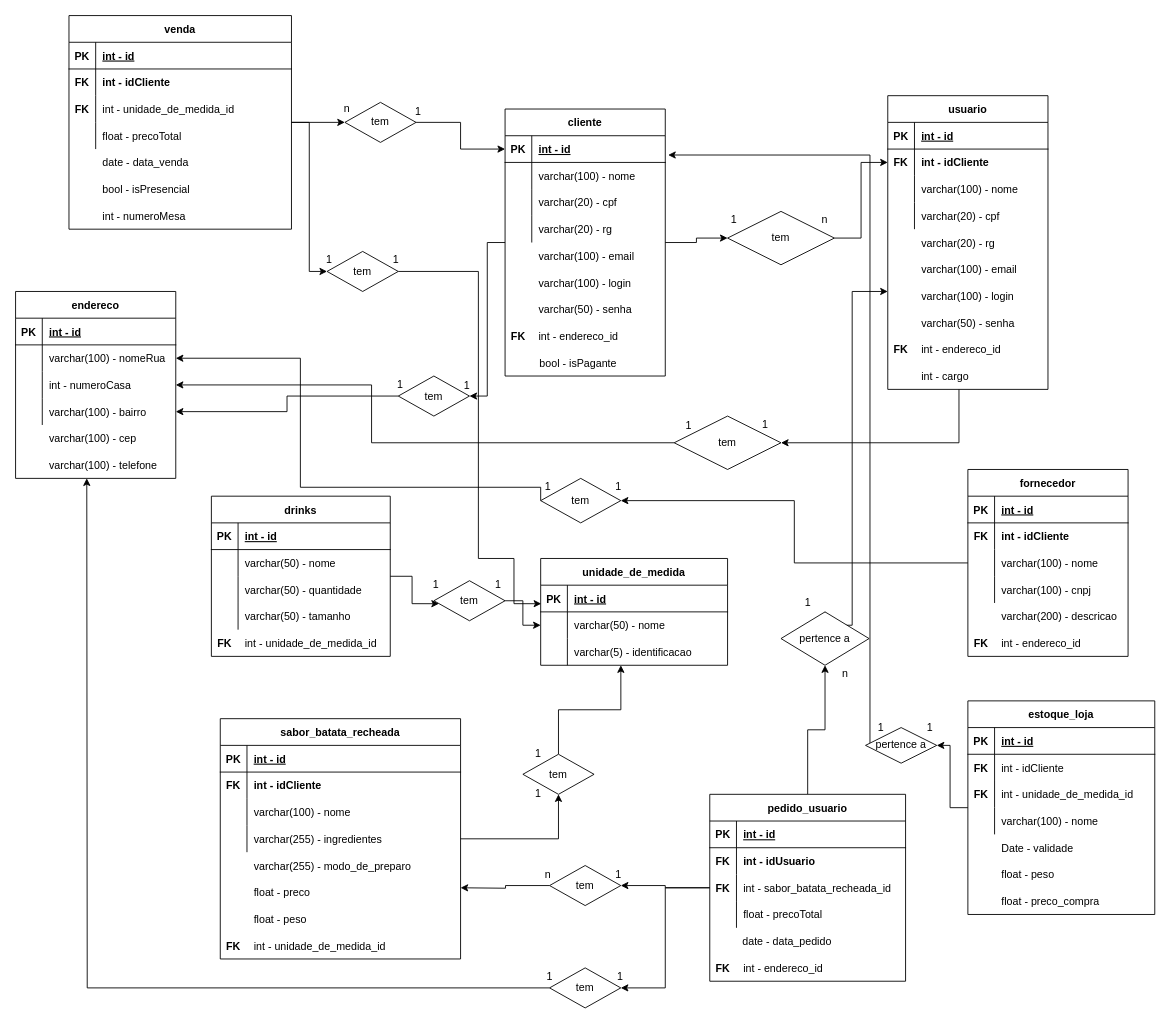
This is Atividade01.drawio from joaomoraski/banco-de-dados-utfpr, a draw.io file, before an edit. Source tidied: cells renumbered, new cells numbered last; positions are measured from the earlier drawing's top-left corner, leaving out a move shared by most shapes. Both pictures are drawn from the tidied source at 89%, with x=0, y=0 at pixel (15, 15).
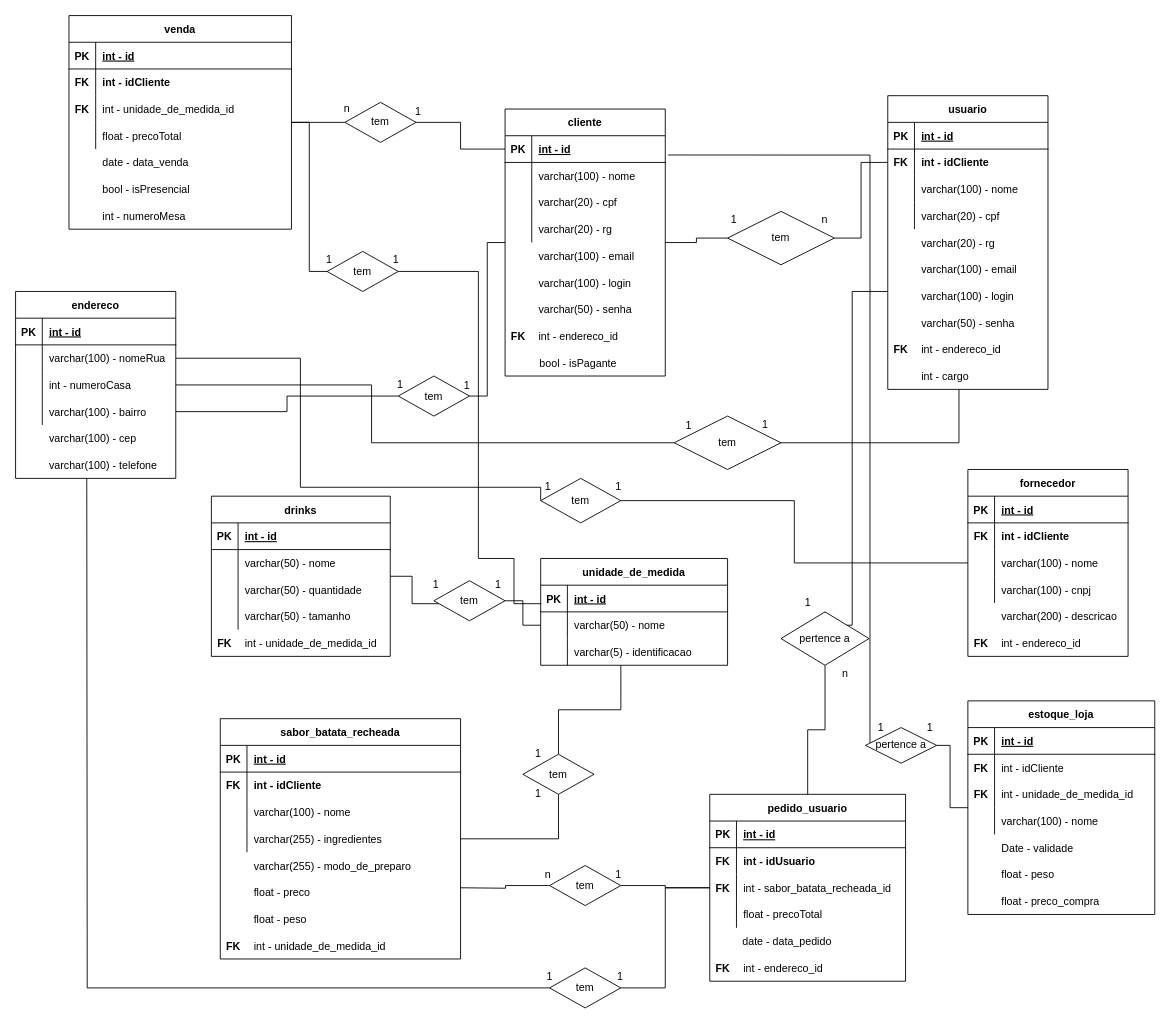
The same diagram, later.

Unchanged cells that the change refers to:
```xml
<mxCell id="5" value="usuario" style="shape=table;startSize=30;childLayout=tableLayout;rowLines=0;fontStyle=1;align=center;" parent="1" vertex="1">
<mxCell id="9" style="shape=partialRectangle;fillColor=none;top=0;left=0;bottom=0;right=0;points=[[0,0.5],[1,0.5]];portConstraint=eastwest;" parent="5" vertex="1">
<mxCell id="28" style="shape=partialRectangle;fillColor=none;top=0;left=0;bottom=0;right=0;points=[[0,0.5],[1,0.5]];portConstraint=eastwest;" parent="24" vertex="1">
<mxCell id="31" style="shape=partialRectangle;fillColor=none;top=0;left=0;bottom=0;right=0;points=[[0,0.5],[1,0.5]];portConstraint=eastwest;" parent="24" vertex="1">
<mxCell id="34" style="shape=partialRectangle;fillColor=none;top=0;left=0;bottom=0;right=0;points=[[0,0.5],[1,0.5]];portConstraint=eastwest;" parent="24" vertex="1">
<mxCell id="49" style="shape=partialRectangle;fillColor=none;top=0;left=0;bottom=0;right=0;points=[[0,0.5],[1,0.5]];portConstraint=eastwest;" parent="39" vertex="1">
<mxCell id="57" value="drinks" style="shape=table;startSize=30;childLayout=tableLayout;rowLines=0;fontStyle=1;align=center;" parent="1" vertex="1">
<mxCell id="72" value="fornecedor" style="shape=table;startSize=30;childLayout=tableLayout;rowLines=0;fontStyle=1;align=center;" parent="1" vertex="1">
<mxCell id="90" value="venda" style="shape=table;startSize=30;childLayout=tableLayout;rowLines=0;fontStyle=1;align=center;" parent="1" vertex="1">
<mxCell id="109" value="pedido_usuario" style="shape=table;startSize=30;childLayout=tableLayout;rowLines=0;fontStyle=1;align=center;" parent="1" vertex="1">
<mxCell id="130" value="estoque_loja" style="shape=table;startSize=30;childLayout=tableLayout;rowLines=0;fontStyle=1;align=center;" parent="1" vertex="1">
<mxCell id="154" value="cliente" style="shape=table;startSize=30;childLayout=tableLayout;rowLines=0;fontStyle=1;align=center;" parent="1" vertex="1">
<mxCell id="155" style="shape=partialRectangle;fillColor=none;top=0;left=0;bottom=1;right=0;points=[[0,0.5],[1,0.5]];portConstraint=eastwest;" parent="154" vertex="1">
<mxCell id="173" value="tem" style="shape=rhombus;perimeter=rhombusPerimeter;whiteSpace=wrap;html=1;align=center;" parent="1" vertex="1">
<mxCell id="175" value="tem" style="shape=rhombus;perimeter=rhombusPerimeter;whiteSpace=wrap;html=1;align=center;" parent="1" vertex="1">
<mxCell id="177" value="tem" style="shape=rhombus;perimeter=rhombusPerimeter;whiteSpace=wrap;html=1;align=center;" parent="1" vertex="1">
<mxCell id="179" style="shape=partialRectangle;fillColor=none;top=0;left=0;bottom=1;right=0;points=[[0,0.5],[1,0.5]];portConstraint=eastwest;" parent="178" vertex="1">
<mxCell id="182" style="shape=partialRectangle;fillColor=none;top=0;left=0;bottom=0;right=0;points=[[0,0.5],[1,0.5]];portConstraint=eastwest;" parent="178" vertex="1">
<mxCell id="185" style="shape=partialRectangle;fillColor=none;top=0;left=0;bottom=0;right=0;points=[[0,0.5],[1,0.5]];portConstraint=eastwest;" parent="178" vertex="1">
<mxCell id="191" value="tem" style="shape=rhombus;perimeter=rhombusPerimeter;whiteSpace=wrap;html=1;align=center;" parent="1" vertex="1">
<mxCell id="193" value="tem" style="shape=rhombus;perimeter=rhombusPerimeter;whiteSpace=wrap;html=1;align=center;" parent="1" vertex="1">
<mxCell id="196" value="tem" style="shape=rhombus;perimeter=rhombusPerimeter;whiteSpace=wrap;html=1;align=center;" parent="1" vertex="1">
<mxCell id="198" value="pertence a" style="shape=rhombus;perimeter=rhombusPerimeter;whiteSpace=wrap;html=1;align=center;" parent="1" vertex="1">
<mxCell id="200" value="pertence a" style="shape=rhombus;perimeter=rhombusPerimeter;whiteSpace=wrap;html=1;align=center;" parent="1" vertex="1">
<mxCell id="202" value="tem" style="shape=rhombus;perimeter=rhombusPerimeter;whiteSpace=wrap;html=1;align=center;" parent="1" vertex="1">
<mxCell id="204" value="tem" style="shape=rhombus;perimeter=rhombusPerimeter;whiteSpace=wrap;html=1;align=center;" parent="1" vertex="1">
<mxCell id="206" value="tem" style="shape=rhombus;perimeter=rhombusPerimeter;whiteSpace=wrap;html=1;align=center;" parent="1" vertex="1">
<mxCell id="208" value="tem" style="shape=rhombus;perimeter=rhombusPerimeter;whiteSpace=wrap;html=1;align=center;" parent="1" vertex="1">
```

Change to the diagram source:
```diff
@@
-    <mxCell id="4" style="edgeStyle=orthogonalEdgeStyle;rounded=0;jettySize=auto;html=1;entryX=1;entryY=0.5;entryDx=0;entryDy=0;" parent="1" edge="1" source="5" target="177">
+    <mxCell id="4" style="edgeStyle=orthogonalEdgeStyle;rounded=0;jettySize=auto;html=1;entryX=1;entryY=0.5;entryDx=0;entryDy=0;endArrow=none;endFill=0;" parent="1" edge="1" source="5" target="177">
       <mxGeometry relative="1" as="geometry">
         <Array as="points">
           <mxPoint x="1060" y="480" />
         </Array>
       </mxGeometry>
     </mxCell>
@@
-    <mxCell id="56" style="edgeStyle=orthogonalEdgeStyle;rounded=0;jettySize=auto;html=1;entryX=0.071;entryY=0.574;entryDx=0;entryDy=0;entryPerimeter=0;" parent="1" edge="1" source="57" target="191">
+    <mxCell id="56" style="edgeStyle=orthogonalEdgeStyle;rounded=0;jettySize=auto;html=1;entryX=0.071;entryY=0.574;entryDx=0;entryDy=0;entryPerimeter=0;endArrow=none;endFill=0;" parent="1" edge="1" source="57" target="191">
       <mxGeometry relative="1" as="geometry" />
     </mxCell>
@@
-    <mxCell id="71" style="edgeStyle=orthogonalEdgeStyle;rounded=0;jettySize=auto;html=1;entryX=1;entryY=0.5;entryDx=0;entryDy=0;" parent="1" edge="1" source="72" target="202">
+    <mxCell id="71" style="edgeStyle=orthogonalEdgeStyle;rounded=0;jettySize=auto;html=1;entryX=1;entryY=0.5;entryDx=0;entryDy=0;endArrow=none;endFill=0;" parent="1" edge="1" source="72" target="202">
       <mxGeometry relative="1" as="geometry" />
     </mxCell>
@@
-    <mxCell id="88" style="edgeStyle=orthogonalEdgeStyle;rounded=0;jettySize=auto;html=1;entryX=0;entryY=0.5;entryDx=0;entryDy=0;" parent="1" edge="1" source="90" target="204">
+    <mxCell id="88" style="edgeStyle=orthogonalEdgeStyle;rounded=0;jettySize=auto;html=1;entryX=0;entryY=0.5;entryDx=0;entryDy=0;strokeColor=default;endArrow=none;endFill=0;" parent="1" edge="1" source="90" target="204">
       <mxGeometry relative="1" as="geometry" />
     </mxCell>
-    <mxCell id="89" style="edgeStyle=orthogonalEdgeStyle;rounded=0;jettySize=auto;html=1;entryX=0;entryY=0.5;entryDx=0;entryDy=0;" parent="1" edge="1" source="90" target="206">
+    <mxCell id="89" style="edgeStyle=orthogonalEdgeStyle;rounded=0;jettySize=auto;html=1;entryX=0;entryY=0.5;entryDx=0;entryDy=0;endArrow=none;endFill=0;" parent="1" edge="1" source="90" target="206">
       <mxGeometry relative="1" as="geometry" />
     </mxCell>
@@
-    <mxCell id="106" style="edgeStyle=orthogonalEdgeStyle;rounded=0;jettySize=auto;html=1;entryX=1;entryY=0.5;entryDx=0;entryDy=0;" parent="1" edge="1" source="109" target="196">
+    <mxCell id="106" style="edgeStyle=orthogonalEdgeStyle;rounded=0;jettySize=auto;html=1;entryX=1;entryY=0.5;entryDx=0;entryDy=0;endArrow=none;endFill=0;" parent="1" edge="1" source="109" target="196">
       <mxGeometry relative="1" as="geometry" />
     </mxCell>
-    <mxCell id="107" style="edgeStyle=orthogonalEdgeStyle;rounded=0;jettySize=auto;html=1;entryX=0.5;entryY=1;entryDx=0;entryDy=0;" parent="1" edge="1" source="109" target="198">
+    <mxCell id="107" style="edgeStyle=orthogonalEdgeStyle;rounded=0;jettySize=auto;html=1;entryX=0.5;entryY=1;entryDx=0;entryDy=0;endArrow=none;endFill=0;" parent="1" edge="1" source="109" target="198">
       <mxGeometry relative="1" as="geometry" />
     </mxCell>
-    <mxCell id="108" style="edgeStyle=orthogonalEdgeStyle;rounded=0;jettySize=auto;html=1;entryX=1;entryY=0.5;entryDx=0;entryDy=0;" parent="1" edge="1" source="109" target="208">
+    <mxCell id="108" style="edgeStyle=orthogonalEdgeStyle;rounded=0;jettySize=auto;html=1;entryX=1;entryY=0.5;entryDx=0;entryDy=0;endArrow=none;endFill=0;" parent="1" edge="1" source="109" target="208">
       <mxGeometry relative="1" as="geometry" />
     </mxCell>
@@
-    <mxCell id="129" style="edgeStyle=orthogonalEdgeStyle;rounded=0;jettySize=auto;html=1;entryX=1;entryY=0.5;entryDx=0;entryDy=0;" parent="1" edge="1" source="130" target="200">
+    <mxCell id="129" style="edgeStyle=orthogonalEdgeStyle;rounded=0;jettySize=auto;html=1;entryX=1;entryY=0.5;entryDx=0;entryDy=0;endArrow=none;endFill=0;" parent="1" edge="1" source="130" target="200">
       <mxGeometry relative="1" as="geometry" />
     </mxCell>
@@
-    <mxCell id="152" style="edgeStyle=orthogonalEdgeStyle;rounded=0;jettySize=auto;html=1;entryX=0;entryY=0.5;entryDx=0;entryDy=0;" parent="1" edge="1" source="154" target="173">
+    <mxCell id="152" style="edgeStyle=orthogonalEdgeStyle;rounded=0;jettySize=auto;html=1;entryX=0;entryY=0.5;entryDx=0;entryDy=0;endArrow=none;endFill=0;" parent="1" edge="1" source="154" target="173">
       <mxGeometry relative="1" as="geometry" />
     </mxCell>
-    <mxCell id="153" style="edgeStyle=orthogonalEdgeStyle;rounded=0;jettySize=auto;html=1;" parent="1" edge="1" source="154" target="175">
+    <mxCell id="153" style="edgeStyle=orthogonalEdgeStyle;rounded=0;jettySize=auto;html=1;endArrow=none;endFill=0;" parent="1" edge="1" source="154" target="175">
       <mxGeometry relative="1" as="geometry" />
     </mxCell>
@@
-    <mxCell id="172" style="edgeStyle=orthogonalEdgeStyle;rounded=0;jettySize=auto;html=1;exitX=1;exitY=0.5;exitDx=0;exitDy=0;entryX=0;entryY=0.5;entryDx=0;entryDy=0;" parent="1" edge="1" source="173" target="9">
+    <mxCell id="172" style="edgeStyle=orthogonalEdgeStyle;rounded=0;jettySize=auto;html=1;exitX=1;exitY=0.5;exitDx=0;exitDy=0;entryX=0;entryY=0.5;entryDx=0;entryDy=0;endArrow=none;endFill=0;" parent="1" edge="1" source="173" target="9">
       <mxGeometry relative="1" as="geometry" />
     </mxCell>
@@
-    <mxCell id="174" style="edgeStyle=orthogonalEdgeStyle;rounded=0;jettySize=auto;html=1;entryX=1;entryY=0.5;entryDx=0;entryDy=0;" parent="1" edge="1" source="175" target="34">
+    <mxCell id="174" style="edgeStyle=orthogonalEdgeStyle;rounded=0;jettySize=auto;html=1;entryX=1;entryY=0.5;entryDx=0;entryDy=0;endArrow=none;endFill=0;" parent="1" edge="1" source="175" target="34">
       <mxGeometry relative="1" as="geometry" />
     </mxCell>
@@
-    <mxCell id="176" style="edgeStyle=orthogonalEdgeStyle;rounded=0;jettySize=auto;html=1;entryX=1;entryY=0.5;entryDx=0;entryDy=0;" parent="1" edge="1" source="177" target="31">
+    <mxCell id="176" style="edgeStyle=orthogonalEdgeStyle;rounded=0;jettySize=auto;html=1;entryX=1;entryY=0.5;entryDx=0;entryDy=0;endArrow=none;endFill=0;" parent="1" edge="1" source="177" target="31">
       <mxGeometry relative="1" as="geometry">
         <Array as="points">
           <mxPoint x="400" y="480" />
           <mxPoint x="400" y="415" />
         </Array>
       </mxGeometry>
     </mxCell>
@@
-    <mxCell id="190" style="edgeStyle=orthogonalEdgeStyle;rounded=0;jettySize=auto;html=1;entryX=0;entryY=0.5;entryDx=0;entryDy=0;" parent="1" edge="1" source="191" target="182">
+    <mxCell id="190" style="edgeStyle=orthogonalEdgeStyle;rounded=0;jettySize=auto;html=1;entryX=0;entryY=0.5;entryDx=0;entryDy=0;endArrow=none;endFill=0;" parent="1" edge="1" source="191" target="182">
       <mxGeometry relative="1" as="geometry" />
     </mxCell>
@@
-    <mxCell id="192" style="edgeStyle=orthogonalEdgeStyle;rounded=0;jettySize=auto;html=1;entryX=0.429;entryY=1;entryDx=0;entryDy=0;entryPerimeter=0;" parent="1" edge="1" source="193" target="185">
+    <mxCell id="192" style="edgeStyle=orthogonalEdgeStyle;rounded=0;jettySize=auto;html=1;entryX=0.429;entryY=1;entryDx=0;entryDy=0;entryPerimeter=0;endArrow=none;endFill=0;" parent="1" edge="1" source="193" target="185">
       <mxGeometry relative="1" as="geometry" />
     </mxCell>
@@
-    <mxCell id="194" style="edgeStyle=orthogonalEdgeStyle;rounded=0;jettySize=auto;html=1;" parent="1" edge="1" source="49" target="193">
+    <mxCell id="194" style="edgeStyle=orthogonalEdgeStyle;rounded=0;jettySize=auto;html=1;endArrow=none;endFill=0;" parent="1" edge="1" source="49" target="193">
       <mxGeometry relative="1" as="geometry" />
     </mxCell>
-    <mxCell id="195" style="edgeStyle=orthogonalEdgeStyle;rounded=0;jettySize=auto;html=1;" parent="1" edge="1" source="196">
+    <mxCell id="195" style="edgeStyle=orthogonalEdgeStyle;rounded=0;jettySize=auto;html=1;endArrow=none;endFill=0;" parent="1" edge="1" source="196">
       <mxGeometry relative="1" as="geometry">
         <mxPoint x="500" y="980" as="targetPoint" />
       </mxGeometry>
     </mxCell>
@@
-    <mxCell id="197" style="edgeStyle=orthogonalEdgeStyle;rounded=0;jettySize=auto;html=1;exitX=0.5;exitY=0;exitDx=0;exitDy=0;" parent="1" edge="1" source="198">
+    <mxCell id="197" style="edgeStyle=orthogonalEdgeStyle;rounded=0;jettySize=auto;html=1;exitX=0.5;exitY=0;exitDx=0;exitDy=0;endArrow=none;endFill=0;" parent="1" edge="1" source="198">
       <mxGeometry relative="1" as="geometry">
         <mxPoint x="980" y="310" as="targetPoint" />
         <Array as="points">
           <mxPoint x="940" y="685" />
           <mxPoint x="940" y="310" />
         </Array>
       </mxGeometry>
     </mxCell>
@@
-    <mxCell id="199" style="edgeStyle=orthogonalEdgeStyle;rounded=0;jettySize=auto;html=1;entryX=1.018;entryY=0.722;entryDx=0;entryDy=0;entryPerimeter=0;" parent="1" edge="1" source="200" target="155">
+    <mxCell id="199" style="edgeStyle=orthogonalEdgeStyle;rounded=0;jettySize=auto;html=1;entryX=1.018;entryY=0.722;entryDx=0;entryDy=0;entryPerimeter=0;endArrow=none;endFill=0;" parent="1" edge="1" source="200" target="155">
       <mxGeometry relative="1" as="geometry">
         <Array as="points">
           <mxPoint x="960" y="157" />
         </Array>
       </mxGeometry>
     </mxCell>
@@
-    <mxCell id="201" style="edgeStyle=orthogonalEdgeStyle;rounded=0;jettySize=auto;html=1;entryX=1;entryY=0.5;entryDx=0;entryDy=0;exitX=0;exitY=0.5;exitDx=0;exitDy=0;" parent="1" edge="1" source="202" target="28">
+    <mxCell id="201" style="edgeStyle=orthogonalEdgeStyle;rounded=0;jettySize=auto;html=1;entryX=1;entryY=0.5;entryDx=0;entryDy=0;exitX=0;exitY=0.5;exitDx=0;exitDy=0;endArrow=none;endFill=0;" parent="1" edge="1" source="202" target="28">
       <mxGeometry relative="1" as="geometry">
         <Array as="points">
           <mxPoint x="590" y="530" />
           <mxPoint x="320" y="530" />
           <mxPoint x="320" y="385" />
         </Array>
       </mxGeometry>
     </mxCell>
@@
-    <mxCell id="203" style="edgeStyle=orthogonalEdgeStyle;rounded=0;jettySize=auto;html=1;" parent="1" edge="1" source="204" target="155">
+    <mxCell id="203" style="edgeStyle=orthogonalEdgeStyle;rounded=0;jettySize=auto;html=1;endArrow=none;endFill=0;" parent="1" edge="1" source="204" target="155">
       <mxGeometry relative="1" as="geometry" />
     </mxCell>
@@
-    <mxCell id="205" style="edgeStyle=orthogonalEdgeStyle;rounded=0;jettySize=auto;html=1;entryX=0.003;entryY=0.694;entryDx=0;entryDy=0;entryPerimeter=0;" parent="1" edge="1" source="206" target="179">
+    <mxCell id="205" style="edgeStyle=orthogonalEdgeStyle;rounded=0;jettySize=auto;html=1;entryX=0.003;entryY=0.694;entryDx=0;entryDy=0;entryPerimeter=0;endArrow=none;endFill=0;" parent="1" edge="1" source="206" target="179">
       <mxGeometry relative="1" as="geometry">
         <Array as="points">
           <mxPoint x="520" y="288" />
           <mxPoint x="520" y="610" />
           <mxPoint x="560" y="610" />
           <mxPoint x="560" y="661" />
         </Array>
       </mxGeometry>
     </mxCell>
@@
-    <mxCell id="207" style="edgeStyle=orthogonalEdgeStyle;rounded=0;jettySize=auto;html=1;" parent="1" edge="1" source="208">
+    <mxCell id="207" style="edgeStyle=orthogonalEdgeStyle;rounded=0;jettySize=auto;html=1;endArrow=none;endFill=0;" parent="1" edge="1" source="208">
       <mxGeometry relative="1" as="geometry">
         <mxPoint x="80" y="520" as="targetPoint" />
       </mxGeometry>
     </mxCell>
```
